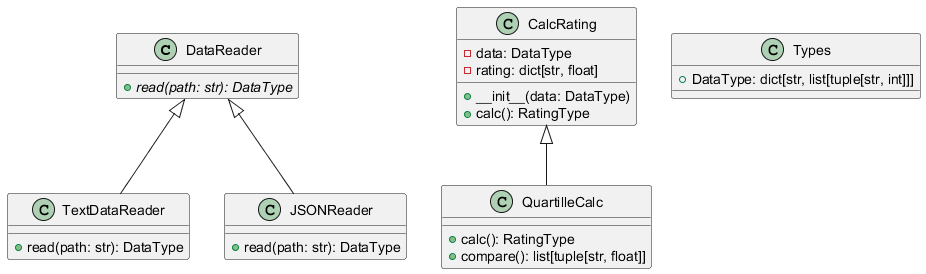
Above: sequenceDiagram.png in OrewellianWinston/PTlab1 (PlantUML), before the change.
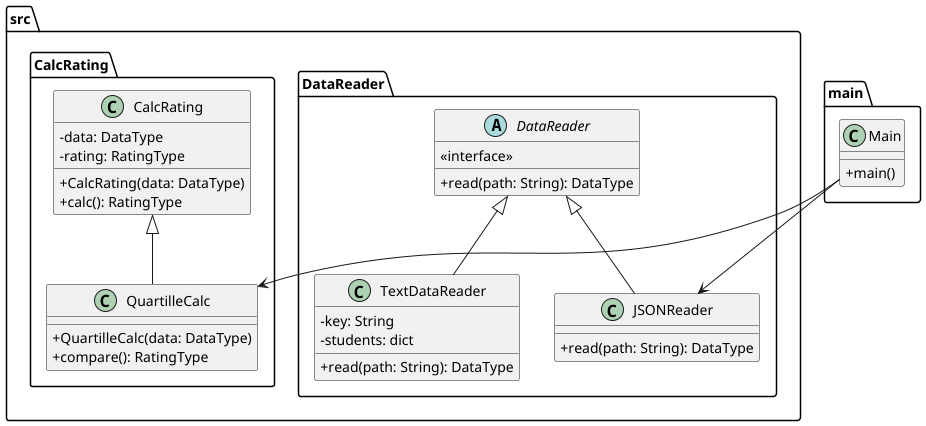
The same diagram one commit later.

Change to the diagram source:
```diff
@@ -1,34 +1,53 @@
-@startuml
-class DataReader {
-  {abstract} +read(path: str): DataType
+@startuml src
+!pragma useIntermediatePackages false
+skinparam classAttributeIconSize 0
+
+package src {
+    package CalcRating {
+        class CalcRating {
+            - data: DataType
+            - rating: RatingType
+            + CalcRating(data: DataType)
+            + calc(): RatingType
+        }
+
+        class QuartilleCalc {
+            + QuartilleCalc(data: DataType)
+            + compare(): RatingType
+        }
+
+        CalcRating <|-- QuartilleCalc
+    }
+
+    package DataReader {
+        abstract class DataReader {
+            <<interface>>
+            + read(path: String): DataType
+        }
+
+        class JSONReader {
+            + read(path: String): DataType
+        }
+
+        class TextDataReader {
+            - key: String
+            - students: dict
+            + read(path: String): DataType
+        }
+
+        DataReader <|-- JSONReader
+        DataReader <|-- TextDataReader
+    }
+
 }
 
-class TextDataReader {
-  +read(path: str): DataType
+package main {
+    class Main {
+        + main()
+    }
+
+    Main --> JSONReader
+    Main --> QuartilleCalc
 }
 
-class JSONReader {
-  +read(path: str): DataType
-}
-
-class CalcRating {
-  -data: DataType
-  -rating: dict[str, float]
-  +__init__(data: DataType)
-  +calc(): RatingType
-}
-
-class QuartilleCalc {
-  +calc(): RatingType
-  +compare(): list[tuple[str, float]]
-}
-
-class Types {
-  +DataType: dict[str, list[tuple[str, int]]]
-}
-
-DataReader <|-- TextDataReader
-DataReader <|-- JSONReader
-CalcRating <|-- QuartilleCalc
-
 @enduml
```
